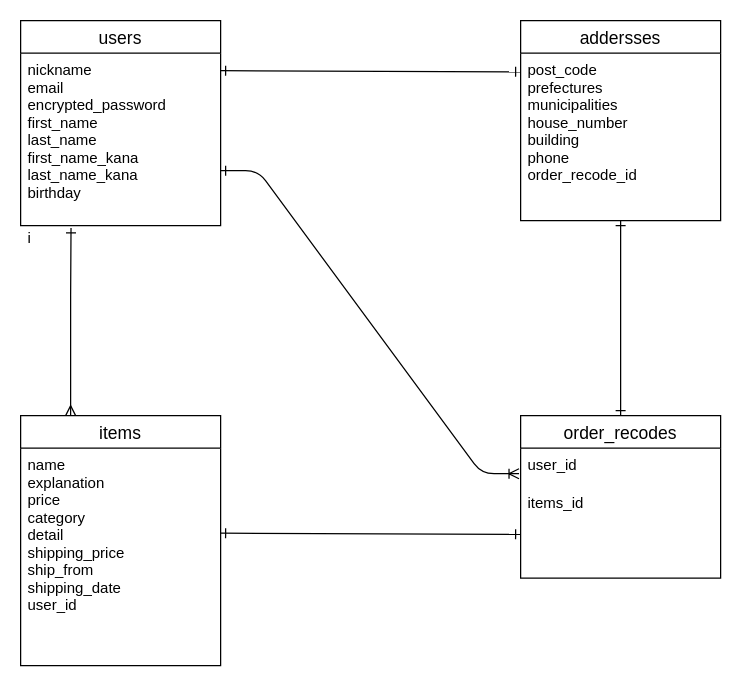
The draw.io diagram database.dio in DDT1129/furima-39096, before the edit. Source tidied: cells renumbered, new cells numbered last; positions are measured from the earlier drawing's top-left corner, leaving out a move shared by most shapes. Both pictures are drawn from the tidied source at 125%, with x=0, y=0 at pixel (20, 20).
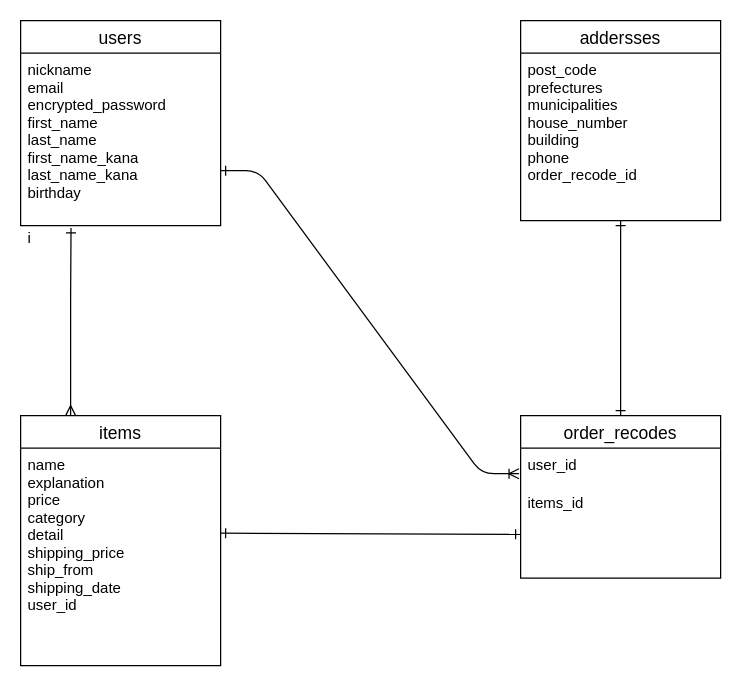
The same diagram, later.

Commit message (it also covers changes not shown here):
データベースの設計（訂正２）

Diff of the diagram source:
```diff
@@
-    <mxCell id="13" style="endArrow=ERone;html=1;rounded=0;entryX=0;entryY=0.5;entryDx=0;entryDy=0;startArrow=ERone;startFill=0;endFill=0;" parent="1" edge="1">
-      <mxGeometry relative="1" as="geometry">
-        <mxPoint x="160" y="40" as="sourcePoint" />
-        <mxPoint x="400" y="41" as="targetPoint" />
-      </mxGeometry>
-    </mxCell>
```
